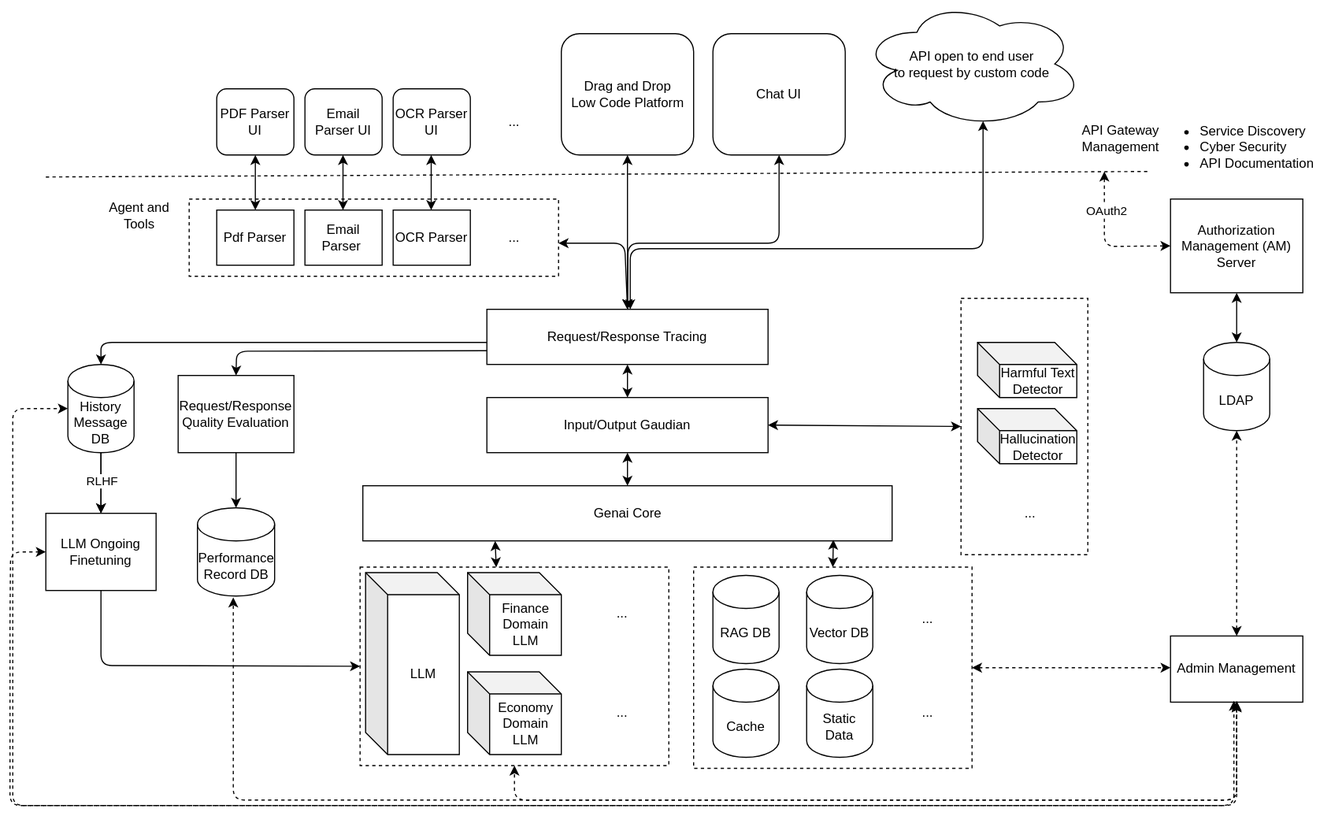
Above: mgt_and_design/system_design/imgs/genai_design.drawio.svg in yuqiii-wang/KnowledgeNotes (draw.io), before the change. Source tidied: cells renumbered, new cells last; positions are measured from the earlier drawing's top-left corner, leaving out a move shared by most shapes.
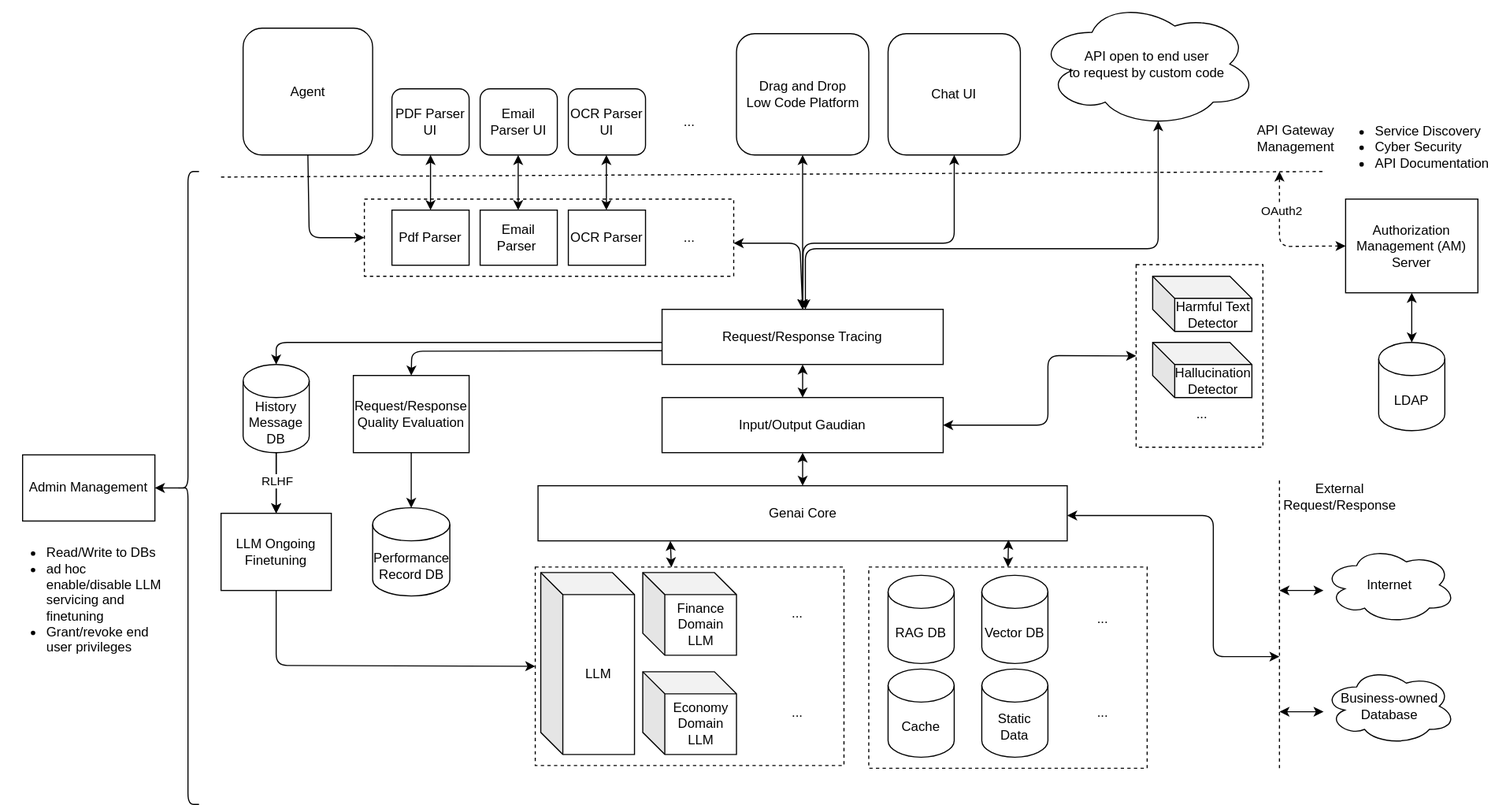
After the commit.

What changed in the source:
```diff
@@ -2,6 +2,9 @@
   <root>
     <mxCell id="0" />
     <mxCell id="1" parent="0" />
+    <mxCell id="28" style="rounded=0;whiteSpace=wrap;html=1;fillColor=none;dashed=1;" parent="1" vertex="1">
+      <mxGeometry x="862" y="239.5" width="115" height="165.5" as="geometry" />
+    </mxCell>
     <mxCell id="2" style="rounded=0;whiteSpace=wrap;html=1;fillColor=none;dashed=1;" parent="1" vertex="1">
       <mxGeometry x="317" y="513.8" width="280" height="180" as="geometry" />
     </mxCell>
@@ -84,19 +87,21 @@
       <mxGeometry x="322" y="518.8" width="85" height="165" as="geometry" />
     </mxCell>
     <mxCell id="26" value="Harmful Text Detector" style="shape=cube;whiteSpace=wrap;html=1;boundedLbl=1;backgroundOutline=1;darkOpacity=0.05;darkOpacity2=0.1;fillColor=none;" parent="1" vertex="1">
-      <mxGeometry x="877" y="310" width="90" height="50" as="geometry" />
+      <mxGeometry x="877" y="250" width="90" height="50" as="geometry" />
     </mxCell>
     <mxCell id="27" value="Hallucination Detector" style="shape=cube;whiteSpace=wrap;html=1;boundedLbl=1;backgroundOutline=1;darkOpacity=0.05;darkOpacity2=0.1;fillColor=none;" parent="1" vertex="1">
-      <mxGeometry x="877" y="370" width="90" height="50" as="geometry" />
+      <mxGeometry x="877" y="310" width="90" height="50" as="geometry" />
     </mxCell>
-    <mxCell id="28" style="rounded=0;whiteSpace=wrap;html=1;fillColor=none;dashed=1;" parent="1" vertex="1">
-      <mxGeometry x="862" y="270" width="115" height="232.5" as="geometry" />
-    </mxCell>
     <mxCell id="29" value="..." style="text;html=1;strokeColor=none;fillColor=none;align=center;verticalAlign=middle;whiteSpace=wrap;rounded=0;dashed=1;" parent="1" vertex="1">
-      <mxGeometry x="894.5" y="450" width="60" height="30" as="geometry" />
+      <mxGeometry x="892" y="360" width="60" height="30" as="geometry" />
     </mxCell>
     <mxCell id="30" style="endArrow=classic;startArrow=classic;html=1;entryX=0;entryY=0.5;entryDx=0;entryDy=0;exitX=1;exitY=0.5;exitDx=0;exitDy=0;" parent="1" edge="1" source="7" target="28">
-      <mxGeometry relative="1" as="geometry" />
+      <mxGeometry relative="1" as="geometry">
+        <Array as="points">
+          <mxPoint x="782" y="385" />
+          <mxPoint x="782" y="322" />
+        </Array>
+      </mxGeometry>
     </mxCell>
     <mxCell id="31" style="endArrow=classic;html=1;startArrow=classic;startFill=1;entryX=0.5;entryY=0;entryDx=0;entryDy=0;" parent="1" edge="1" target="5">
       <mxGeometry relative="1" as="geometry">
@@ -124,9 +129,6 @@
     <mxCell id="35" value="Chat UI" style="rounded=1;whiteSpace=wrap;html=1;fillColor=none;" parent="1" vertex="1">
       <mxGeometry x="637" y="30" width="120" height="110" as="geometry" />
     </mxCell>
-    <mxCell id="36" value="Agent and Tools" style="text;html=1;strokeColor=none;fillColor=none;align=center;verticalAlign=middle;whiteSpace=wrap;rounded=0;" parent="1" vertex="1">
-      <mxGeometry x="87" y="180" width="60" height="30" as="geometry" />
-    </mxCell>
     <mxCell id="37" value="&lt;ul&gt;&lt;li&gt;Service Discovery&lt;/li&gt;&lt;li&gt;Cyber Security&lt;/li&gt;&lt;li&gt;API Documentation&lt;/li&gt;&lt;/ul&gt;" style="text;html=1;strokeColor=none;fillColor=none;align=left;verticalAlign=middle;whiteSpace=wrap;rounded=0;" parent="1" vertex="1">
       <mxGeometry x="1037" y="85" width="150" height="95" as="geometry" />
     </mxCell>
@@ -243,61 +245,65 @@
       </mxGeometry>
     </mxCell>
     <mxCell id="66" value="Admin Management" style="rounded=0;whiteSpace=wrap;html=1;" parent="1" vertex="1">
-      <mxGeometry x="1052" y="576.2" width="120" height="60" as="geometry" />
+      <mxGeometry x="-148" y="412" width="120" height="60" as="geometry" />
     </mxCell>
-    <mxCell id="67" style="endArrow=classic;startArrow=classic;html=1;entryX=0.5;entryY=1;entryDx=0;entryDy=0;entryPerimeter=0;dashed=1;exitX=0.5;exitY=0;exitDx=0;exitDy=0;" parent="1" edge="1" source="66" target="64">
-      <mxGeometry relative="1" as="geometry" />
-    </mxCell>
-    <mxCell id="68" style="endArrow=classic;startArrow=classic;html=1;dashed=1;exitX=1;exitY=0.5;exitDx=0;exitDy=0;" parent="1" edge="1" source="3">
-      <mxGeometry relative="1" as="geometry">
-        <mxPoint x="1052" y="605" as="targetPoint" />
-      </mxGeometry>
-    </mxCell>
-    <mxCell id="69" style="endArrow=classic;startArrow=classic;html=1;dashed=1;exitX=0.5;exitY=1;exitDx=0;exitDy=0;" parent="1" edge="1" source="66">
-      <mxGeometry relative="1" as="geometry">
-        <mxPoint x="202" y="541.2" as="targetPoint" />
-        <Array as="points">
-          <mxPoint x="1112" y="725" />
-          <mxPoint x="662" y="725" />
-          <mxPoint x="202" y="725" />
-        </Array>
-      </mxGeometry>
-    </mxCell>
-    <mxCell id="70" style="endArrow=classic;startArrow=classic;html=1;dashed=1;entryX=0;entryY=0.5;entryDx=0;entryDy=0;entryPerimeter=0;" parent="1" edge="1" target="46">
-      <mxGeometry relative="1" as="geometry">
-        <mxPoint x="1112" y="635" as="sourcePoint" />
-        <Array as="points">
-          <mxPoint x="1112" y="730" />
-          <mxPoint x="662" y="730" />
-          <mxPoint x="202" y="730" />
-          <mxPoint x="2" y="730" />
-          <mxPoint x="2" y="565" />
-          <mxPoint x="2" y="370" />
-        </Array>
-      </mxGeometry>
-    </mxCell>
-    <mxCell id="71" style="endArrow=classic;startArrow=classic;html=1;dashed=1;entryX=0;entryY=0.5;entryDx=0;entryDy=0;" parent="1" edge="1" target="41">
-      <mxGeometry relative="1" as="geometry">
-        <mxPoint x="1109.5" y="635" as="sourcePoint" />
-        <Array as="points">
-          <mxPoint x="1109.5" y="730" />
-          <mxPoint x="659.5" y="730" />
-          <mxPoint x="199.5" y="730" />
-          <mxPoint x="-0.5" y="730" />
-          <mxPoint x="-0.5" y="565" />
-          <mxPoint y="500" />
-        </Array>
-      </mxGeometry>
-    </mxCell>
-    <mxCell id="72" style="endArrow=classic;startArrow=classic;html=1;dashed=1;exitX=0.5;exitY=1;exitDx=0;exitDy=0;entryX=0.5;entryY=1;entryDx=0;entryDy=0;" parent="1" edge="1" target="2">
-      <mxGeometry relative="1" as="geometry">
-        <mxPoint x="1112" y="636.2" as="sourcePoint" />
-        <Array as="points">
-          <mxPoint x="1112" y="725" />
-          <mxPoint x="662" y="725" />
-          <mxPoint x="457" y="725" />
-        </Array>
-      </mxGeometry>
-    </mxCell>
+    <mxCell id="73" style="edgeStyle=none;html=1;exitX=0.1;exitY=0.5;exitDx=0;exitDy=0;exitPerimeter=0;" parent="1" edge="1" source="74">
+      <mxGeometry relative="1" as="geometry">
+        <mxPoint x="-28" y="442" as="targetPoint" />
+      </mxGeometry>
+    </mxCell>
+    <mxCell id="74" style="shape=curlyBracket;whiteSpace=wrap;html=1;rounded=1;labelPosition=left;verticalLabelPosition=middle;align=right;verticalAlign=middle;" parent="1" vertex="1">
+      <mxGeometry x="-8" y="155" width="20" height="574" as="geometry" />
+    </mxCell>
+    <mxCell id="75" value="&lt;ul&gt;&lt;li&gt;Read/Write to DBs&lt;/li&gt;&lt;li&gt;ad hoc enable/disable LLM servicing and finetuning&lt;/li&gt;&lt;li&gt;Grant/revoke end user privileges&lt;/li&gt;&lt;/ul&gt;" style="text;strokeColor=none;fillColor=none;html=1;whiteSpace=wrap;verticalAlign=middle;overflow=hidden;" parent="1" vertex="1">
+      <mxGeometry x="-168" y="472" width="150" height="143" as="geometry" />
+    </mxCell>
+    <mxCell id="76" style="endArrow=classic;startArrow=classic;html=1;" parent="1" edge="1">
+      <mxGeometry relative="1" as="geometry">
+        <mxPoint x="799.5" y="467" as="sourcePoint" />
+        <mxPoint x="992" y="595" as="targetPoint" />
+        <Array as="points">
+          <mxPoint x="932" y="467" />
+          <mxPoint x="932" y="595" />
+        </Array>
+      </mxGeometry>
+    </mxCell>
+    <mxCell id="77" style="endArrow=none;dashed=1;html=1;" parent="1" edge="1">
+      <mxGeometry relative="1" as="geometry">
+        <mxPoint x="992" y="696.2" as="sourcePoint" />
+        <mxPoint x="992" y="435" as="targetPoint" />
+      </mxGeometry>
+    </mxCell>
+    <mxCell id="78" value="External Request/Response" style="text;html=1;strokeColor=none;fillColor=none;align=center;verticalAlign=middle;whiteSpace=wrap;rounded=0;" parent="1" vertex="1">
+      <mxGeometry x="992" y="435" width="110" height="30" as="geometry" />
+    </mxCell>
+    <mxCell id="79" style="endArrow=classic;startArrow=classic;html=1;" parent="1" edge="1">
+      <mxGeometry relative="1" as="geometry">
+        <mxPoint x="992" y="535" as="sourcePoint" />
+        <mxPoint x="1032" y="535" as="targetPoint" />
+      </mxGeometry>
+    </mxCell>
+    <mxCell id="80" value="Internet" style="ellipse;shape=cloud;whiteSpace=wrap;html=1;fillColor=none;" parent="1" vertex="1">
+      <mxGeometry x="1032" y="495" width="120" height="70" as="geometry" />
+    </mxCell>
+    <mxCell id="81" style="endArrow=classic;startArrow=classic;html=1;" parent="1" edge="1">
+      <mxGeometry relative="1" as="geometry">
+        <mxPoint x="992" y="645" as="sourcePoint" />
+        <mxPoint x="1032" y="645" as="targetPoint" />
+      </mxGeometry>
+    </mxCell>
+    <mxCell id="82" value="Business-owned Database" style="ellipse;shape=cloud;whiteSpace=wrap;html=1;fillColor=none;" parent="1" vertex="1">
+      <mxGeometry x="1032" y="605" width="120" height="70" as="geometry" />
+    </mxCell>
+    <mxCell id="83" style="edgeStyle=none;html=1;entryX=0;entryY=0.5;entryDx=0;entryDy=0;exitX=0.5;exitY=1;exitDx=0;exitDy=0;" parent="1" edge="1" source="84" target="18">
+      <mxGeometry x="-0.12" y="-10" relative="1" as="geometry">
+        <Array as="points">
+          <mxPoint x="112" y="215" />
+        </Array>
+      </mxGeometry>
+    </mxCell>
+    <mxCell id="84" value="Agent" style="rounded=1;whiteSpace=wrap;html=1;" parent="1" vertex="1">
+      <mxGeometry x="52" y="25" width="117.5" height="115" as="geometry" />
+    </mxCell>
   </root>
 </mxGraphModel>
```
